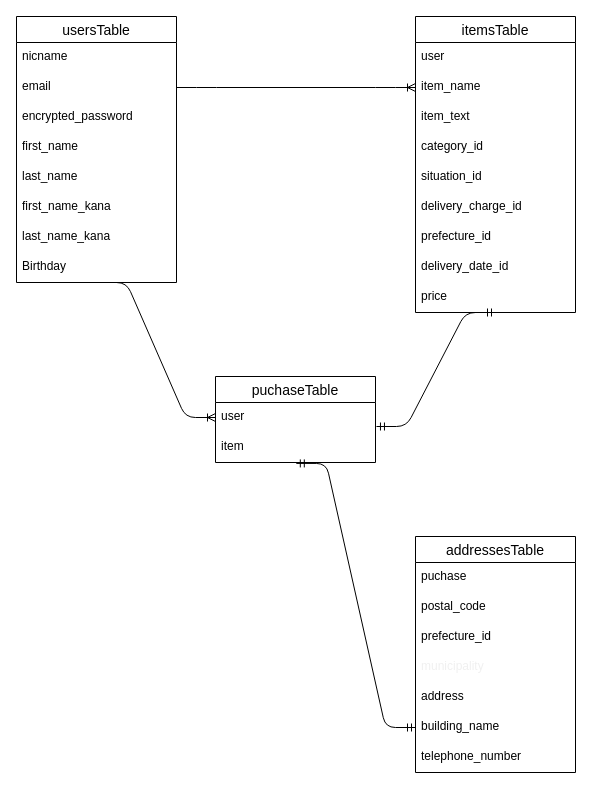
The draw.io diagram er.dio in kuriyama585/furima-37379, before the edit. Source tidied: cells renumbered, new cells numbered last; positions are measured from the earlier drawing's top-left corner, leaving out a move shared by most shapes. Both pictures are drawn from the tidied source at 100%, with x=0, y=0 at pixel (16, 16).
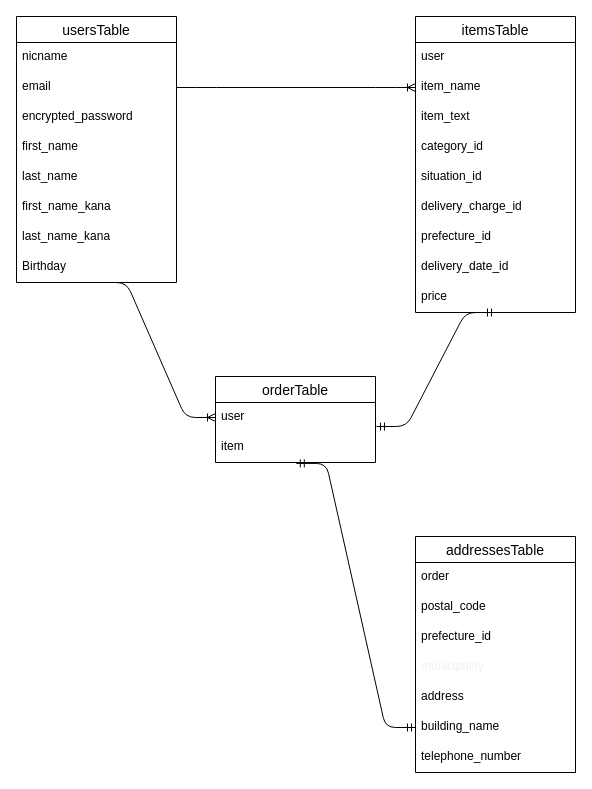
The same diagram, later.

Unchanged cells that the change refers to:
```xml
<mxCell id="27" value="addressesTable" style="swimlane;fontStyle=0;horizontal=1;startSize=26;align=center;fontSize=14;" parent="1" vertex="1">
  <mxGeometry x="399" y="520" width="160" height="236" as="geometry" />
</mxCell>
```

Change to the diagram source:
```diff
@@
-    <mxCell id="24" value="puchaseTable" style="swimlane;fontStyle=0;horizontal=1;startSize=26;align=center;fontSize=14;" parent="1" vertex="1">
+    <mxCell id="24" value="orderTable" style="swimlane;fontStyle=0;horizontal=1;startSize=26;align=center;fontSize=14;" parent="1" vertex="1">
       <mxGeometry x="199" y="360" width="160" height="86" as="geometry" />
     </mxCell>
@@
-    <mxCell id="28" value="puchase" style="text;strokeColor=none;fillColor=none;spacingLeft=4;spacingRight=4;overflow=hidden;fontSize=12;" parent="27" vertex="1">
+    <mxCell id="28" value="order" style="text;strokeColor=none;fillColor=none;spacingLeft=4;spacingRight=4;overflow=hidden;fontSize=12;" parent="27" vertex="1">
       <mxGeometry y="26" width="160" height="30" as="geometry" />
     </mxCell>
```
